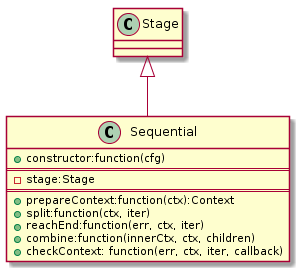
Earlier version of the PlantUML export pics/stages/Sequential/class.png (vedmalex/pipeline.js).
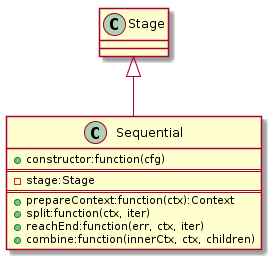
After the change.

What changed in the source:
```diff
@@ -10,7 +10,6 @@
 		+split:function(ctx, iter)
 		+reachEnd:function(err, ctx, iter)
 		+combine:function(innerCtx, ctx, children)
-		+checkContext: function(err, ctx, iter, callback)
 	}
 
  	Stage <|-- Sequential
```
